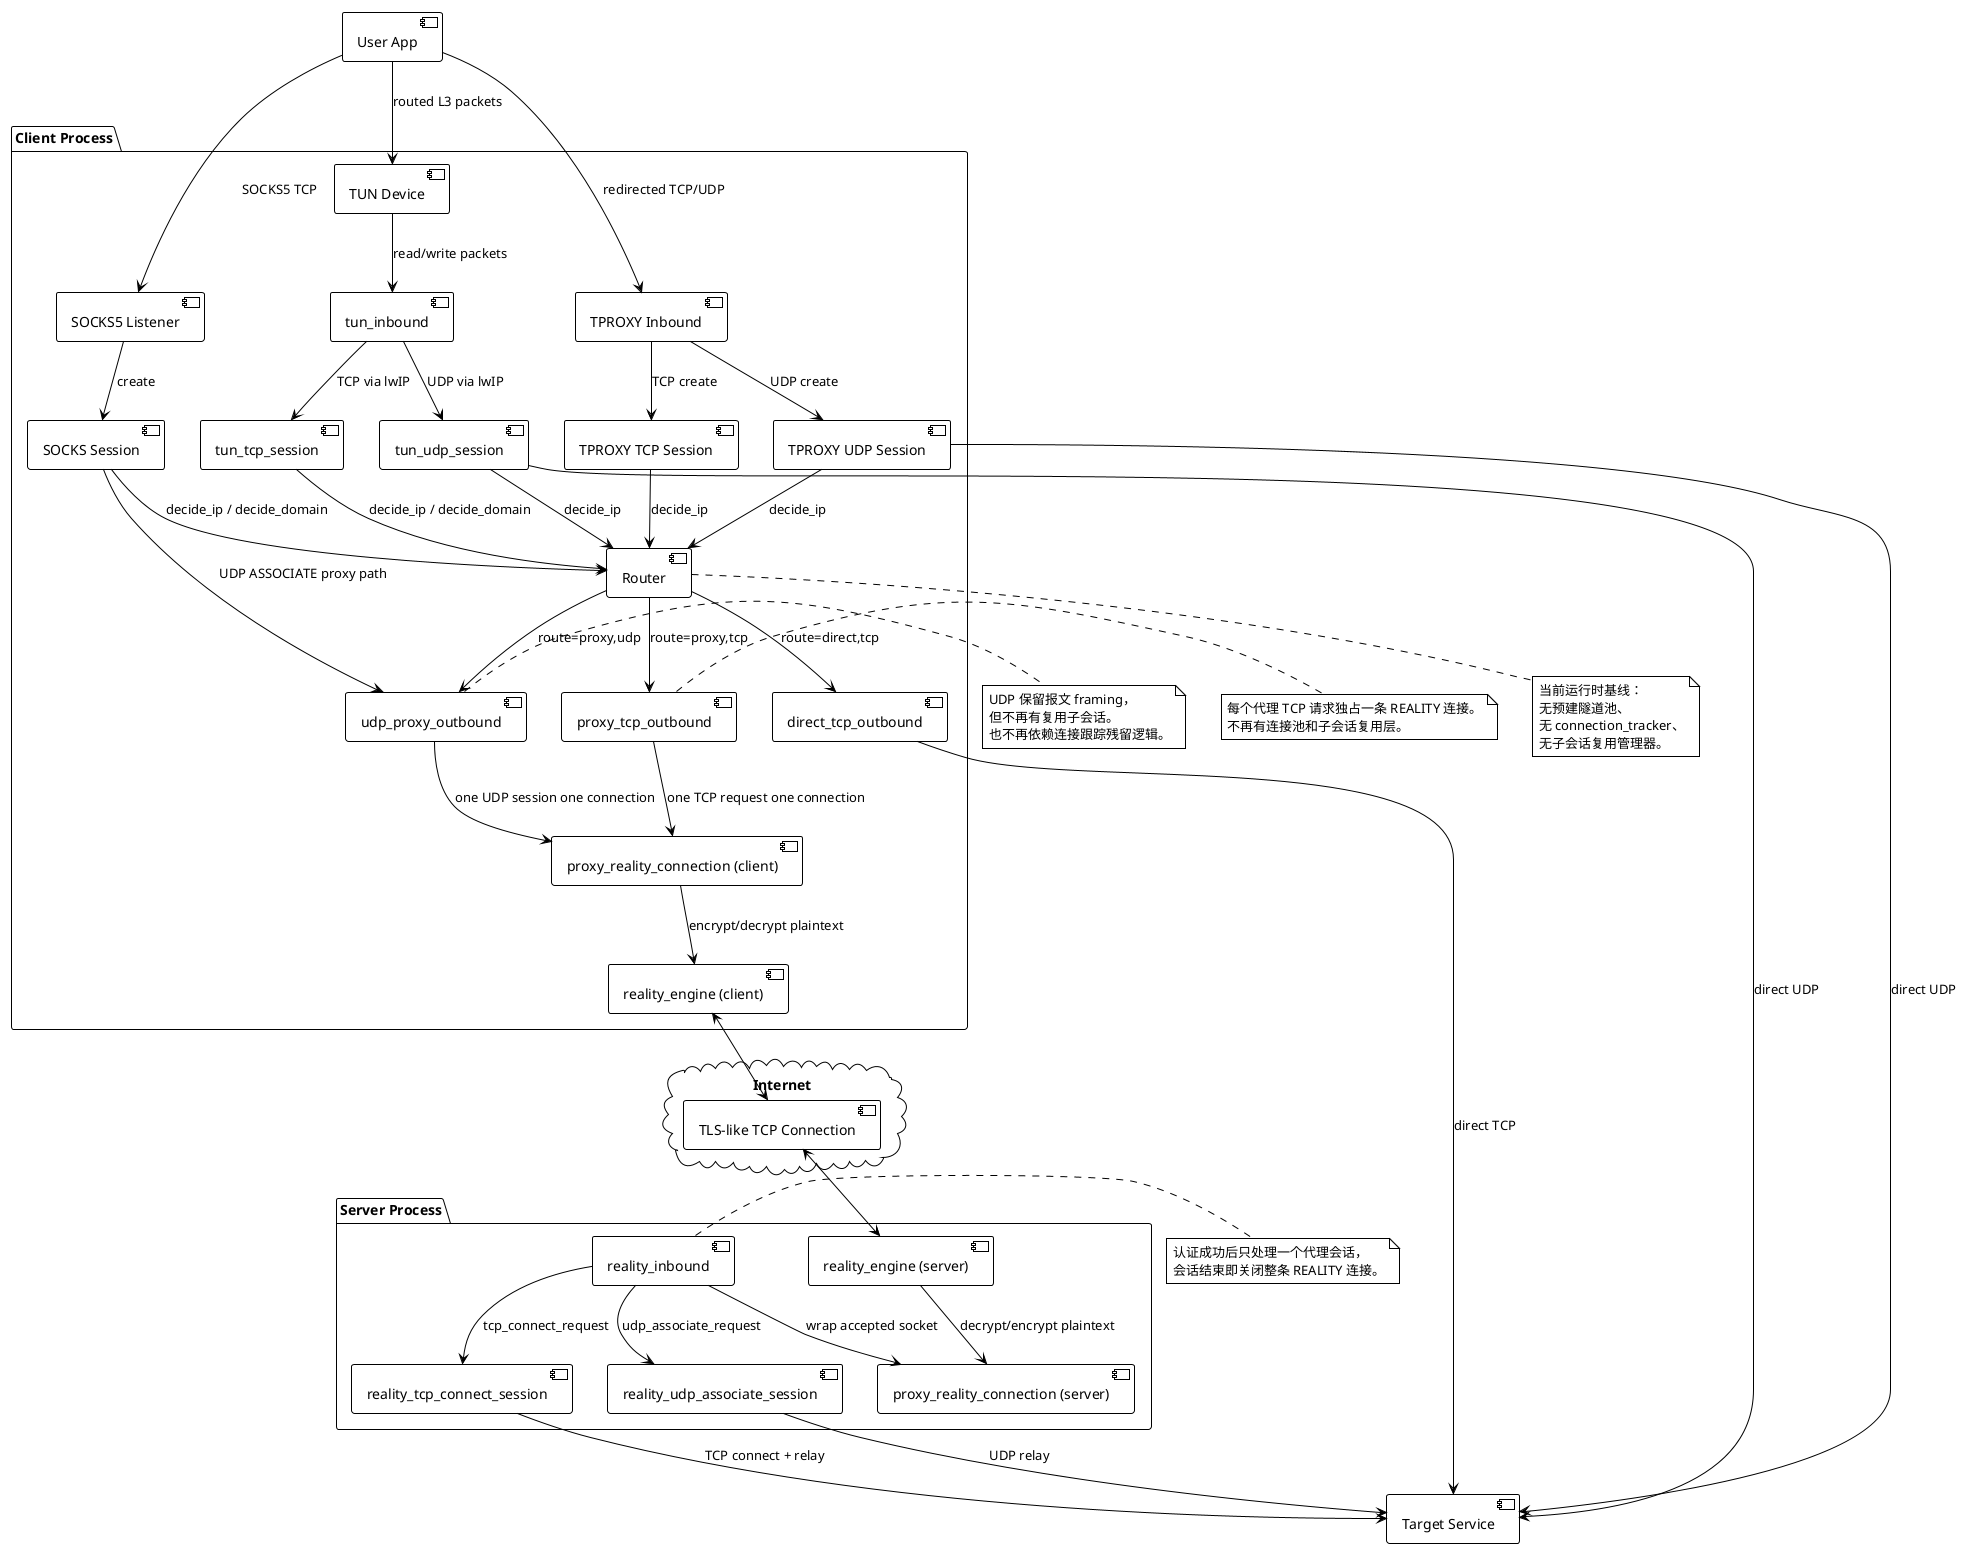
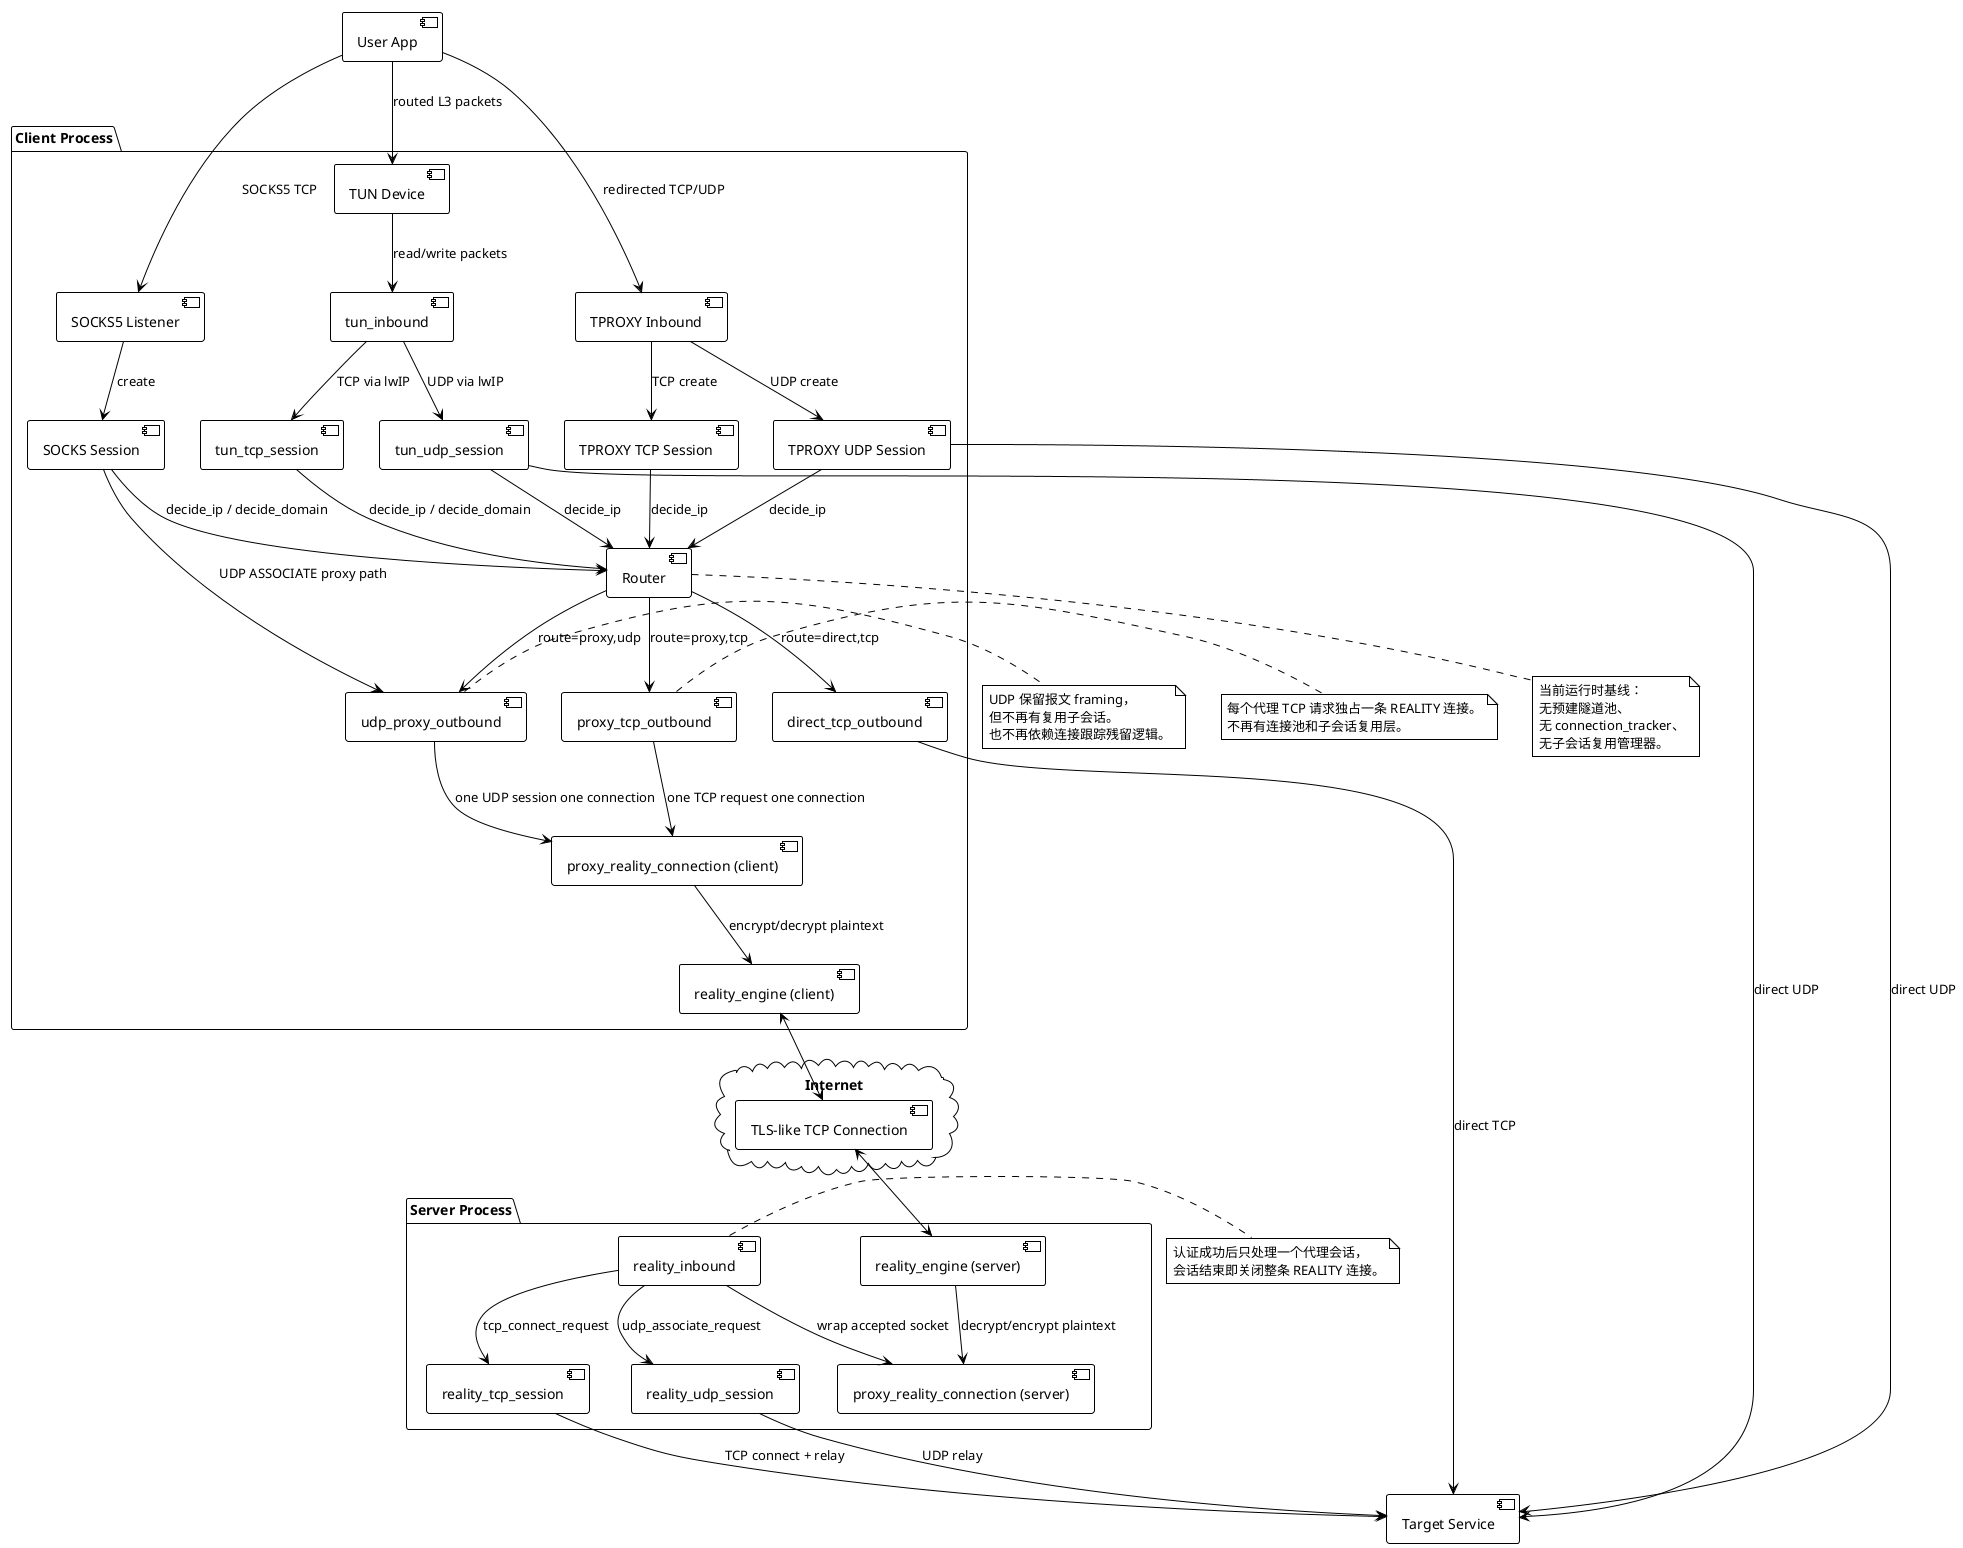
@startuml
!theme plain
skinparam componentStyle uml2

package "Client Process" {
    [SOCKS5 Listener] as SocksListener
    [SOCKS Session] as SocksSession
    [TPROXY Inbound] as TproxyInbound
    [TPROXY TCP Session] as TproxyTcpSession
    [TPROXY UDP Session] as TproxyUdpSession
    [TUN Device] as TunDevice
    [tun_inbound] as TunInbound
    [tun_tcp_session] as TunTcpSession
    [tun_udp_session] as TunUdpSession

    [Router] as Router
    [direct_tcp_outbound] as DirectUpstream
    [proxy_tcp_outbound] as ProxyUpstream
    [udp_proxy_outbound] as ProxyUdpUpstream

    [proxy_reality_connection (client)] as ClientConn
    [reality_engine (client)] as ClientReality
}

cloud "Internet" {
    [TLS-like TCP Connection] as Network
}

package "Server Process" {
    [reality_inbound] as RealityInbound
    [proxy_reality_connection (server)] as ServerConn
    [reality_engine (server)] as ServerReality
-     [reality_tcp_connect_session] as RealityTcp
-     [reality_udp_associate_session] as RealityUdp
+     [reality_tcp_session] as RealityTcp
+     [reality_udp_session] as RealityUdp
}

[User App] as App
[Target Service] as Target

App --> SocksListener : SOCKS5 TCP
SocksListener --> SocksSession : create

App --> TproxyInbound : redirected TCP/UDP
TproxyInbound --> TproxyTcpSession : TCP create
TproxyInbound --> TproxyUdpSession : UDP create

App --> TunDevice : routed L3 packets
TunDevice --> TunInbound : read/write packets
TunInbound --> TunTcpSession : TCP via lwIP
TunInbound --> TunUdpSession : UDP via lwIP

SocksSession --> Router : decide_ip / decide_domain
TproxyTcpSession --> Router : decide_ip
TproxyUdpSession --> Router : decide_ip
TunTcpSession --> Router : decide_ip / decide_domain
TunUdpSession --> Router : decide_ip

Router --> DirectUpstream : route=direct,tcp
Router --> ProxyUpstream : route=proxy,tcp
Router --> ProxyUdpUpstream : route=proxy,udp

DirectUpstream --> Target : direct TCP
SocksSession --> ProxyUdpUpstream : UDP ASSOCIATE proxy path
TproxyUdpSession --> Target : direct UDP
TunUdpSession --> Target : direct UDP

ProxyUpstream --> ClientConn : one TCP request one connection
ProxyUdpUpstream --> ClientConn : one UDP session one connection
ClientConn --> ClientReality : encrypt/decrypt plaintext
ClientReality <--> Network
Network <--> ServerReality
ServerReality --> ServerConn : decrypt/encrypt plaintext

RealityInbound --> ServerConn : wrap accepted socket
RealityInbound --> RealityTcp : tcp_connect_request
RealityInbound --> RealityUdp : udp_associate_request
RealityTcp --> Target : TCP connect + relay
RealityUdp --> Target : UDP relay

note right of ProxyUpstream
  每个代理 TCP 请求独占一条 REALITY 连接。
  不再有连接池和子会话复用层。
end note

note right of ProxyUdpUpstream
  UDP 保留报文 framing，
  但不再有复用子会话。
  也不再依赖连接跟踪残留逻辑。
end note

note right of RealityInbound
  认证成功后只处理一个代理会话，
  会话结束即关闭整条 REALITY 连接。
end note

note bottom of Router
  当前运行时基线：
  无预建隧道池、
  无 connection_tracker、
  无子会话复用管理器。
end note

@enduml
